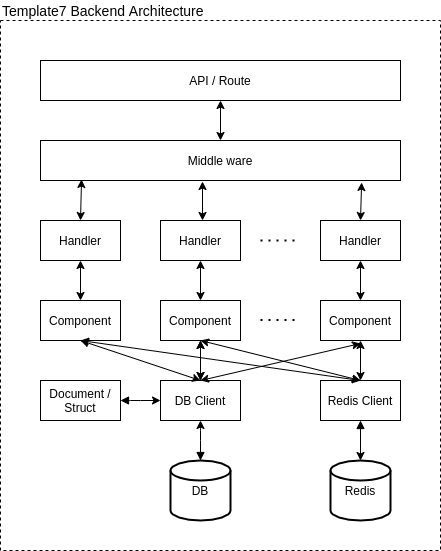
The draw.io diagram resource/readme/architecture.png in Template7/backend, before a commit. Source tidied: cells renumbered, new cells last; positions are measured from the earlier drawing's top-left corner, leaving out a move shared by most shapes.
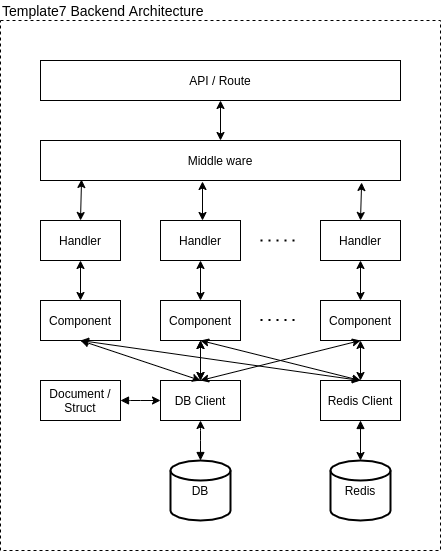
After the change.

Diff of the diagram source:
```diff
@@ -79,10 +79,8 @@
     <mxCell id="24" style="endArrow=classic;startArrow=classic;html=1;entryX=0.5;entryY=1;entryDx=0;entryDy=0;exitX=0.5;exitY=0;exitDx=0;exitDy=0;" parent="1" edge="1" source="16" target="10">
       <mxGeometry relative="1" as="geometry" />
     </mxCell>
-    <mxCell id="25" style="endArrow=classic;startArrow=classic;html=1;exitX=0.5;exitY=0;exitDx=0;exitDy=0;" parent="1" edge="1" source="11">
-      <mxGeometry relative="1" as="geometry">
-        <mxPoint x="360" y="343" as="targetPoint" />
-      </mxGeometry>
+    <mxCell id="25" style="endArrow=classic;startArrow=classic;html=1;exitX=0.5;exitY=0;exitDx=0;exitDy=0;entryX=0.5;entryY=1;entryDx=0;entryDy=0;" parent="1" edge="1" source="11" target="10">
+      <mxGeometry relative="1" as="geometry" />
     </mxCell>
     <mxCell id="26" style="endArrow=classic;startArrow=classic;html=1;exitX=0.5;exitY=0;exitDx=0;exitDy=0;entryX=0.5;entryY=1;entryDx=0;entryDy=0;" parent="1" edge="1" source="11" target="9">
       <mxGeometry relative="1" as="geometry" />
@@ -92,10 +90,8 @@
         <mxPoint x="80" y="340" as="targetPoint" />
       </mxGeometry>
     </mxCell>
-    <mxCell id="28" style="endArrow=classic;startArrow=classic;html=1;entryX=0.5;entryY=1;entryDx=0;entryDy=0;" parent="1" edge="1" target="9">
-      <mxGeometry relative="1" as="geometry">
-        <mxPoint x="360" y="380" as="sourcePoint" />
-      </mxGeometry>
+    <mxCell id="28" style="endArrow=classic;startArrow=classic;html=1;entryX=0.5;entryY=1;entryDx=0;entryDy=0;exitX=0.5;exitY=0;exitDx=0;exitDy=0;" parent="1" edge="1" source="16" target="9">
+      <mxGeometry relative="1" as="geometry" />
     </mxCell>
     <mxCell id="29" style="endArrow=classic;startArrow=classic;html=1;entryX=0.114;entryY=0.975;entryDx=0;entryDy=0;exitX=0.5;exitY=0;exitDx=0;exitDy=0;entryPerimeter=0;" parent="1" edge="1" source="5" target="4">
       <mxGeometry relative="1" as="geometry" />
```
